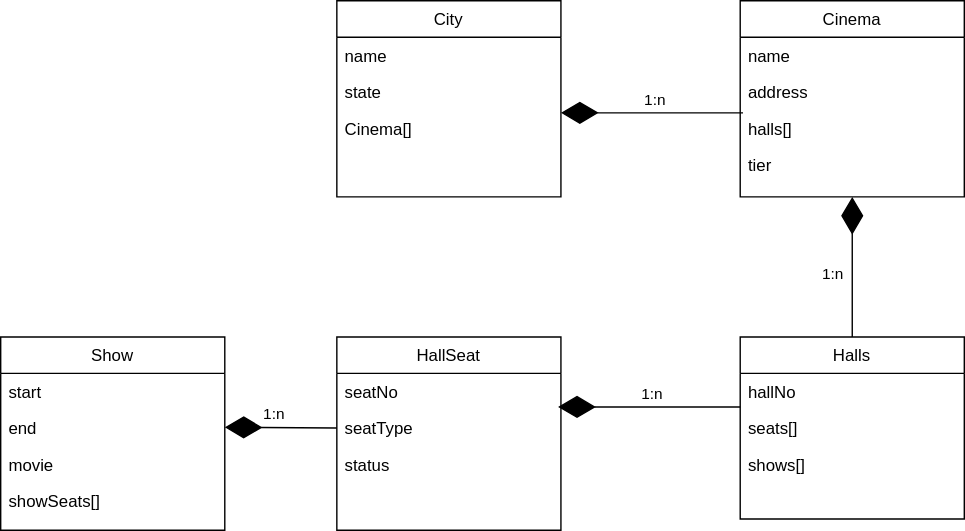
The draw.io diagram BookMyShowCD.svg in Rammechh/Class_Diagrams, before a commit. Source tidied: cells renumbered, new cells last; positions are measured from the earlier drawing's top-left corner, leaving out a move shared by most shapes.
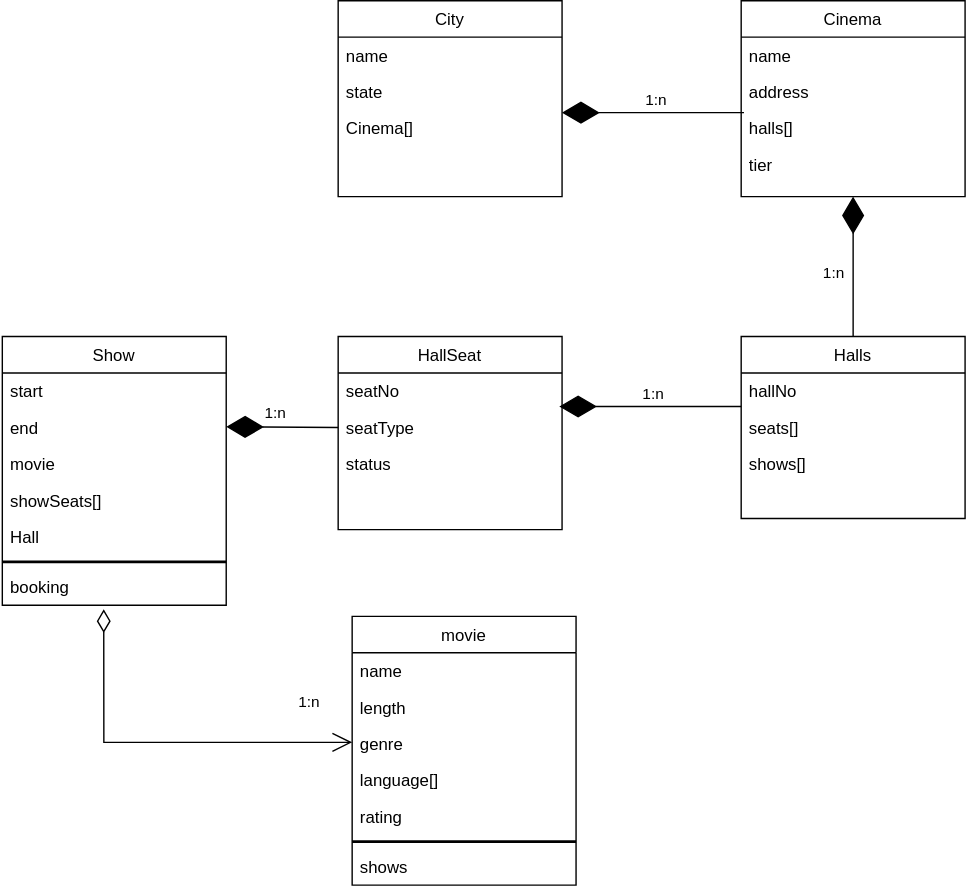
Above is the later version.

The edit, as a diff of the source:
```diff
@@ -84,7 +84,7 @@
       </mxGeometry>
     </mxCell>
     <mxCell id="25" value="Show" style="swimlane;fontStyle=0;align=center;verticalAlign=top;horizontal=1;startSize=26;rounded=0;shadow=0;strokeWidth=1;" parent="1" vertex="1">
-      <mxGeometry y="240" width="160" height="138" as="geometry" />
+      <mxGeometry y="240" width="160" height="192" as="geometry" />
     </mxCell>
     <mxCell id="26" value="start" style="text;align=left;verticalAlign=top;spacingLeft=4;spacingRight=4;overflow=hidden;rounded=0;shadow=0;html=0;" parent="25" vertex="1">
       <mxGeometry y="26" width="160" height="26" as="geometry" />
@@ -98,6 +98,15 @@
     <mxCell id="29" value="showSeats[]" style="text;align=left;verticalAlign=top;spacingLeft=4;spacingRight=4;overflow=hidden;fontStyle=0;" parent="25" vertex="1">
       <mxGeometry y="104" width="160" height="26" as="geometry" />
     </mxCell>
+    <mxCell id="32" value="Hall    " style="text;align=left;verticalAlign=top;spacingLeft=4;spacingRight=4;overflow=hidden;fontStyle=0;" parent="25" vertex="1">
+      <mxGeometry y="130" width="160" height="26" as="geometry" />
+    </mxCell>
+    <mxCell id="33" style="line;strokeWidth=2;html=1;" parent="25" vertex="1">
+      <mxGeometry y="156" width="160" height="10" as="geometry" />
+    </mxCell>
+    <mxCell id="34" value="booking" style="text;align=left;verticalAlign=top;spacingLeft=4;spacingRight=4;overflow=hidden;points=[[0,0.5],[1,0.5]];portConstraint=eastwest;fontStyle=0;" parent="25" vertex="1">
+      <mxGeometry y="166" width="160" height="26" as="geometry" />
+    </mxCell>
     <mxCell id="30" style="endArrow=diamondThin;endFill=1;endSize=24;html=1;rounded=0;" parent="1" edge="1">
       <mxGeometry relative="1" as="geometry">
         <mxPoint x="240" y="305" as="sourcePoint" />
@@ -109,5 +118,37 @@
         <mxPoint x="-16" y="-9" as="offset" />
       </mxGeometry>
     </mxCell>
+    <mxCell id="35" value="movie" style="swimlane;fontStyle=0;align=center;verticalAlign=top;horizontal=1;startSize=26;rounded=0;shadow=0;strokeWidth=1;" parent="1" vertex="1">
+      <mxGeometry x="250" y="440" width="160" height="192" as="geometry" />
+    </mxCell>
+    <mxCell id="36" value="name" style="text;align=left;verticalAlign=top;spacingLeft=4;spacingRight=4;overflow=hidden;rounded=0;shadow=0;html=0;" parent="35" vertex="1">
+      <mxGeometry y="26" width="160" height="26" as="geometry" />
+    </mxCell>
+    <mxCell id="37" value="length" style="text;align=left;verticalAlign=top;spacingLeft=4;spacingRight=4;overflow=hidden;fontStyle=0;" parent="35" vertex="1">
+      <mxGeometry y="52" width="160" height="26" as="geometry" />
+    </mxCell>
+    <mxCell id="38" value="genre" style="text;align=left;verticalAlign=top;spacingLeft=4;spacingRight=4;overflow=hidden;fontStyle=0;" parent="35" vertex="1">
+      <mxGeometry y="78" width="160" height="26" as="geometry" />
+    </mxCell>
+    <mxCell id="39" value="language[]" style="text;align=left;verticalAlign=top;spacingLeft=4;spacingRight=4;overflow=hidden;fontStyle=0;" parent="35" vertex="1">
+      <mxGeometry y="104" width="160" height="26" as="geometry" />
+    </mxCell>
+    <mxCell id="40" value="rating" style="text;align=left;verticalAlign=top;spacingLeft=4;spacingRight=4;overflow=hidden;fontStyle=0;" parent="35" vertex="1">
+      <mxGeometry y="130" width="160" height="26" as="geometry" />
+    </mxCell>
+    <mxCell id="41" style="line;strokeWidth=2;html=1;" parent="35" vertex="1">
+      <mxGeometry y="156" width="160" height="10" as="geometry" />
+    </mxCell>
+    <mxCell id="42" value="shows" style="text;align=left;verticalAlign=top;spacingLeft=4;spacingRight=4;overflow=hidden;fontStyle=0;" parent="35" vertex="1">
+      <mxGeometry y="166" width="160" height="26" as="geometry" />
+    </mxCell>
+    <mxCell id="43" value="1:n" style="endArrow=open;html=1;endSize=12;startArrow=diamondThin;startSize=14;startFill=0;edgeStyle=orthogonalEdgeStyle;align=left;verticalAlign=bottom;rounded=0;exitX=0.453;exitY=1.111;exitDx=0;exitDy=0;exitPerimeter=0;" parent="1" edge="1" source="34">
+      <mxGeometry x="0.71" y="20" relative="1" as="geometry">
+        <mxPoint x="250" y="530" as="targetPoint" />
+        <Array as="points">
+          <mxPoint x="73" y="530" />
+        </Array>
+      </mxGeometry>
+    </mxCell>
   </root>
 </mxGraphModel>
```
